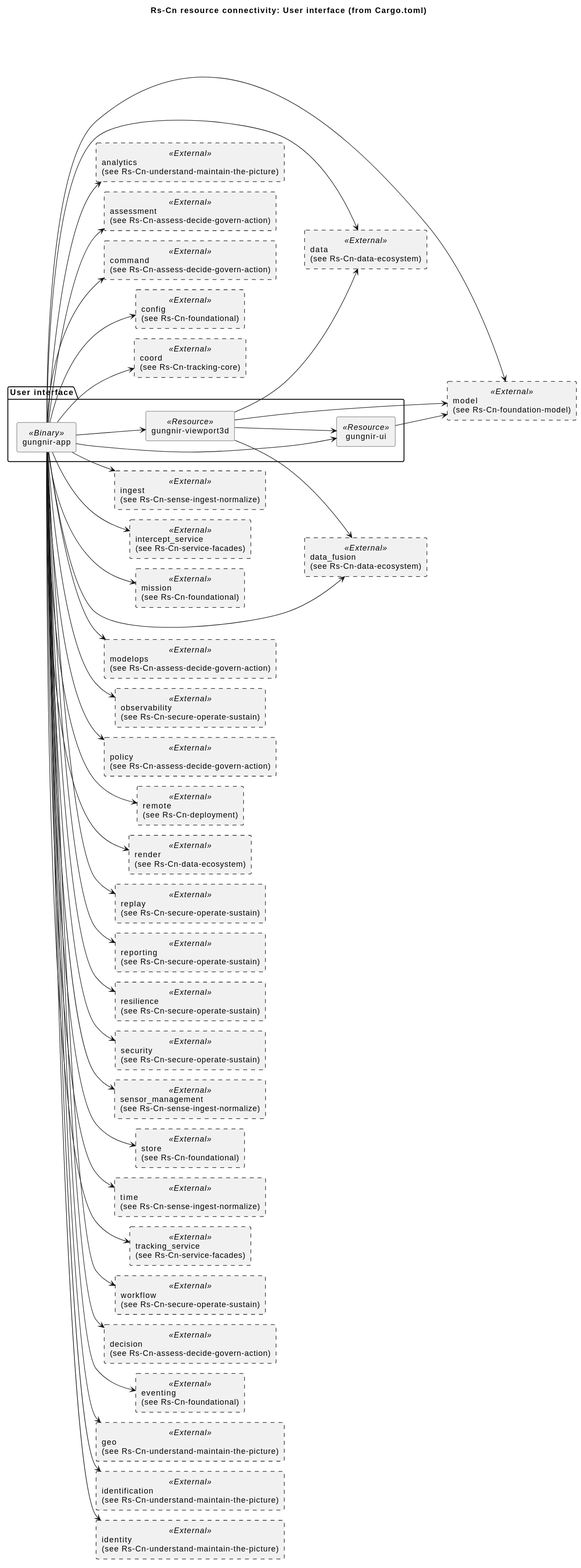
Above: docs/architecture/uaf/rendered/resources/Rs-Cn-user-interface.svg in WayneRoessling/gungnir (PlantUML), before the change. The source it was exported from:
```plantuml
@startuml
title Rs-Cn resource connectivity: User interface (from Cargo.toml)
!pragma layout smetana
skinparam componentStyle rectangle
skinparam linetype ortho
left to right direction
package "User interface" {
  component "gungnir-app" as RS_app <<Binary>>
  component "gungnir-ui" as RS_ui <<Resource>>
  component "gungnir-viewport3d" as RS_viewport3d <<Resource>>
}
component "analytics\n(see Rs-Cn-understand-maintain-the-picture)" as RS_analytics <<External>> #line.dashed
component "assessment\n(see Rs-Cn-assess-decide-govern-action)" as RS_assessment <<External>> #line.dashed
component "command\n(see Rs-Cn-assess-decide-govern-action)" as RS_command <<External>> #line.dashed
component "config\n(see Rs-Cn-foundational)" as RS_config <<External>> #line.dashed
component "coord\n(see Rs-Cn-tracking-core)" as RS_coord <<External>> #line.dashed
component "data\n(see Rs-Cn-data-ecosystem)" as RS_data <<External>> #line.dashed
component "data_fusion\n(see Rs-Cn-data-ecosystem)" as RS_data_fusion <<External>> #line.dashed
component "decision\n(see Rs-Cn-assess-decide-govern-action)" as RS_decision <<External>> #line.dashed
component "eventing\n(see Rs-Cn-foundational)" as RS_eventing <<External>> #line.dashed
component "geo\n(see Rs-Cn-understand-maintain-the-picture)" as RS_geo <<External>> #line.dashed
component "identification\n(see Rs-Cn-understand-maintain-the-picture)" as RS_identification <<External>> #line.dashed
component "identity\n(see Rs-Cn-understand-maintain-the-picture)" as RS_identity <<External>> #line.dashed
component "ingest\n(see Rs-Cn-sense-ingest-normalize)" as RS_ingest <<External>> #line.dashed
component "intercept_service\n(see Rs-Cn-service-facades)" as RS_intercept_service <<External>> #line.dashed
component "mission\n(see Rs-Cn-foundational)" as RS_mission <<External>> #line.dashed
component "model\n(see Rs-Cn-foundation-model)" as RS_model <<External>> #line.dashed
component "modelops\n(see Rs-Cn-assess-decide-govern-action)" as RS_modelops <<External>> #line.dashed
component "observability\n(see Rs-Cn-secure-operate-sustain)" as RS_observability <<External>> #line.dashed
component "policy\n(see Rs-Cn-assess-decide-govern-action)" as RS_policy <<External>> #line.dashed
component "remote\n(see Rs-Cn-deployment)" as RS_remote <<External>> #line.dashed
component "render\n(see Rs-Cn-data-ecosystem)" as RS_render <<External>> #line.dashed
component "replay\n(see Rs-Cn-secure-operate-sustain)" as RS_replay <<External>> #line.dashed
component "reporting\n(see Rs-Cn-secure-operate-sustain)" as RS_reporting <<External>> #line.dashed
component "resilience\n(see Rs-Cn-secure-operate-sustain)" as RS_resilience <<External>> #line.dashed
component "security\n(see Rs-Cn-secure-operate-sustain)" as RS_security <<External>> #line.dashed
component "sensor_management\n(see Rs-Cn-sense-ingest-normalize)" as RS_sensor_management <<External>> #line.dashed
component "store\n(see Rs-Cn-foundational)" as RS_store <<External>> #line.dashed
component "time\n(see Rs-Cn-sense-ingest-normalize)" as RS_time <<External>> #line.dashed
component "tracking_service\n(see Rs-Cn-service-facades)" as RS_tracking_service <<External>> #line.dashed
component "workflow\n(see Rs-Cn-secure-operate-sustain)" as RS_workflow <<External>> #line.dashed
RS_app --> RS_coord
RS_app --> RS_tracking_service
RS_app --> RS_intercept_service
RS_app --> RS_remote
RS_app --> RS_resilience
RS_app --> RS_identification
RS_app --> RS_identity
RS_app --> RS_data
RS_app --> RS_data_fusion
RS_app --> RS_render
RS_app --> RS_viewport3d
RS_app --> RS_ui
RS_app --> RS_model
RS_app --> RS_config
RS_app --> RS_mission
RS_app --> RS_eventing
RS_app --> RS_store
RS_app --> RS_time
RS_app --> RS_ingest
RS_app --> RS_observability
RS_app --> RS_workflow
RS_app --> RS_security
RS_app --> RS_policy
RS_app --> RS_command
RS_app --> RS_geo
RS_app --> RS_sensor_management
RS_app --> RS_analytics
RS_app --> RS_assessment
RS_app --> RS_modelops
RS_app --> RS_decision
RS_app --> RS_replay
RS_app --> RS_reporting
RS_ui --> RS_model
RS_viewport3d --> RS_data
RS_viewport3d --> RS_data_fusion
RS_viewport3d --> RS_model
RS_viewport3d --> RS_ui
@enduml
```
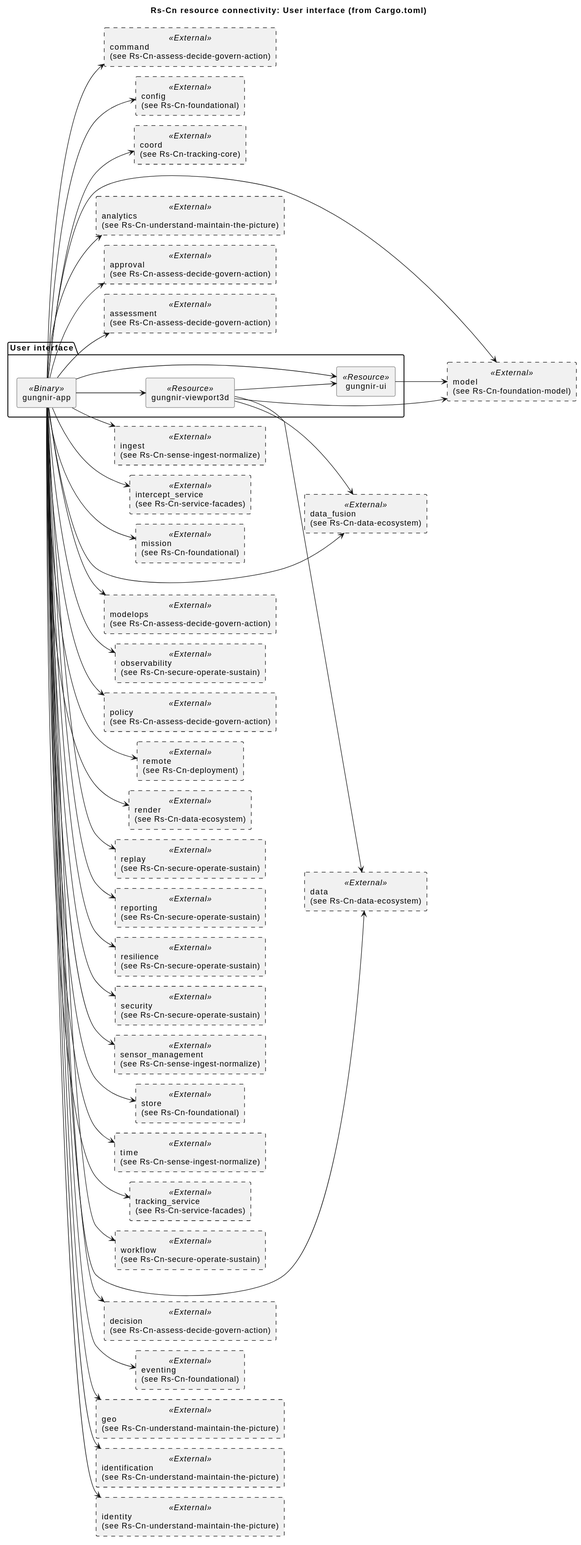
Later version of the same file.

Change to the diagram source:
```diff
@@ -10,6 +10,7 @@
   component "gungnir-viewport3d" as RS_viewport3d <<Resource>>
 }
 component "analytics\n(see Rs-Cn-understand-maintain-the-picture)" as RS_analytics <<External>> #line.dashed
+component "approval\n(see Rs-Cn-assess-decide-govern-action)" as RS_approval <<External>> #line.dashed
 component "assessment\n(see Rs-Cn-assess-decide-govern-action)" as RS_assessment <<External>> #line.dashed
 component "command\n(see Rs-Cn-assess-decide-govern-action)" as RS_command <<External>> #line.dashed
 component "config\n(see Rs-Cn-foundational)" as RS_config <<External>> #line.dashed
@@ -64,6 +65,7 @@
 RS_app --> RS_policy
 RS_app --> RS_command
 RS_app --> RS_geo
+RS_app --> RS_approval
 RS_app --> RS_sensor_management
 RS_app --> RS_analytics
 RS_app --> RS_assessment
```
